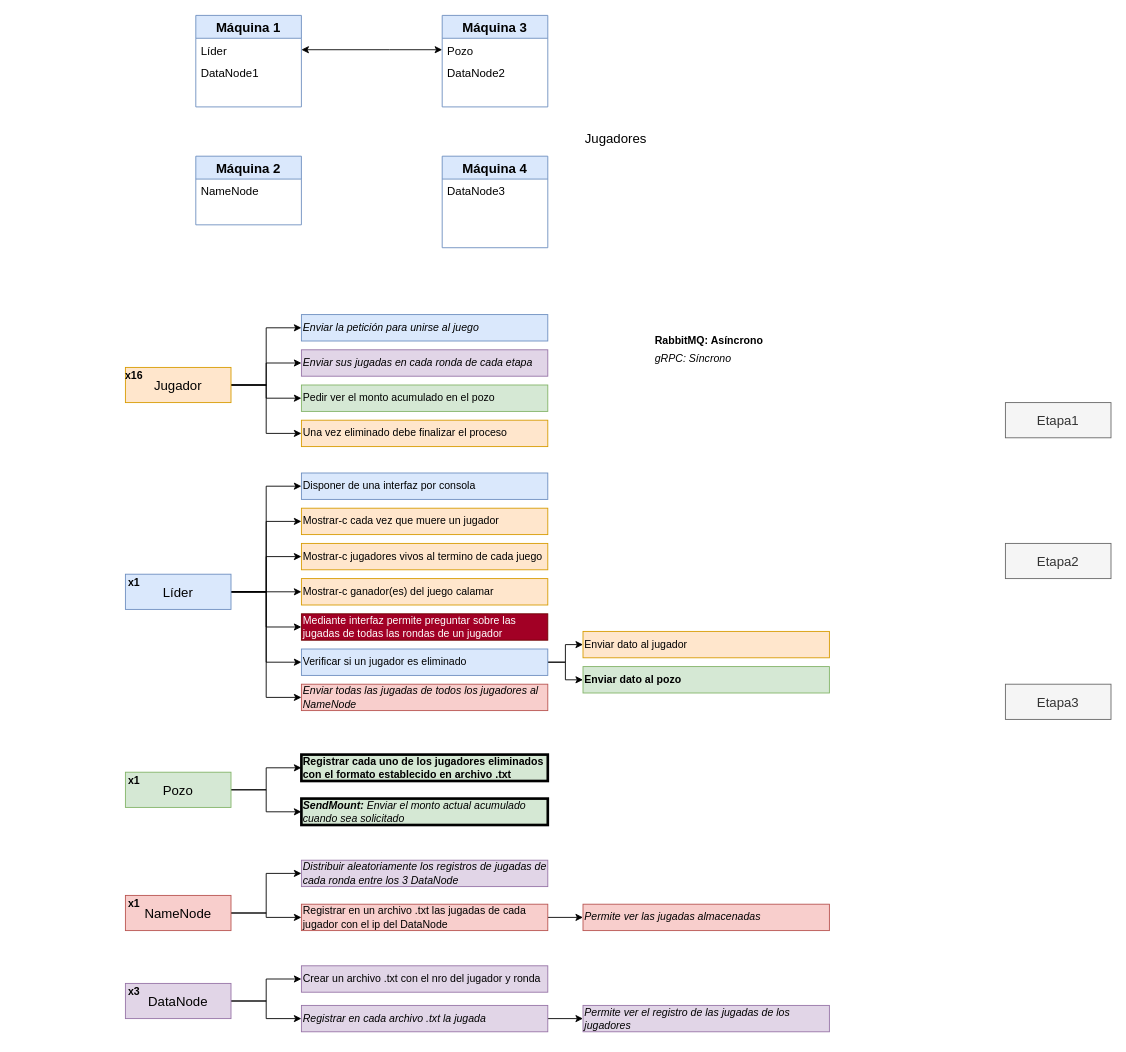
The draw.io diagram Tarea2.drawio in srlaggy/Lab2-Grupo42-INF343, before the edit. Source tidied: cells renumbered, new cells numbered last; positions are measured from the earlier drawing's top-left corner, leaving out a move shared by most shapes. Both pictures are drawn from the tidied source at 88%, with x=0, y=0 at pixel (125, 15).
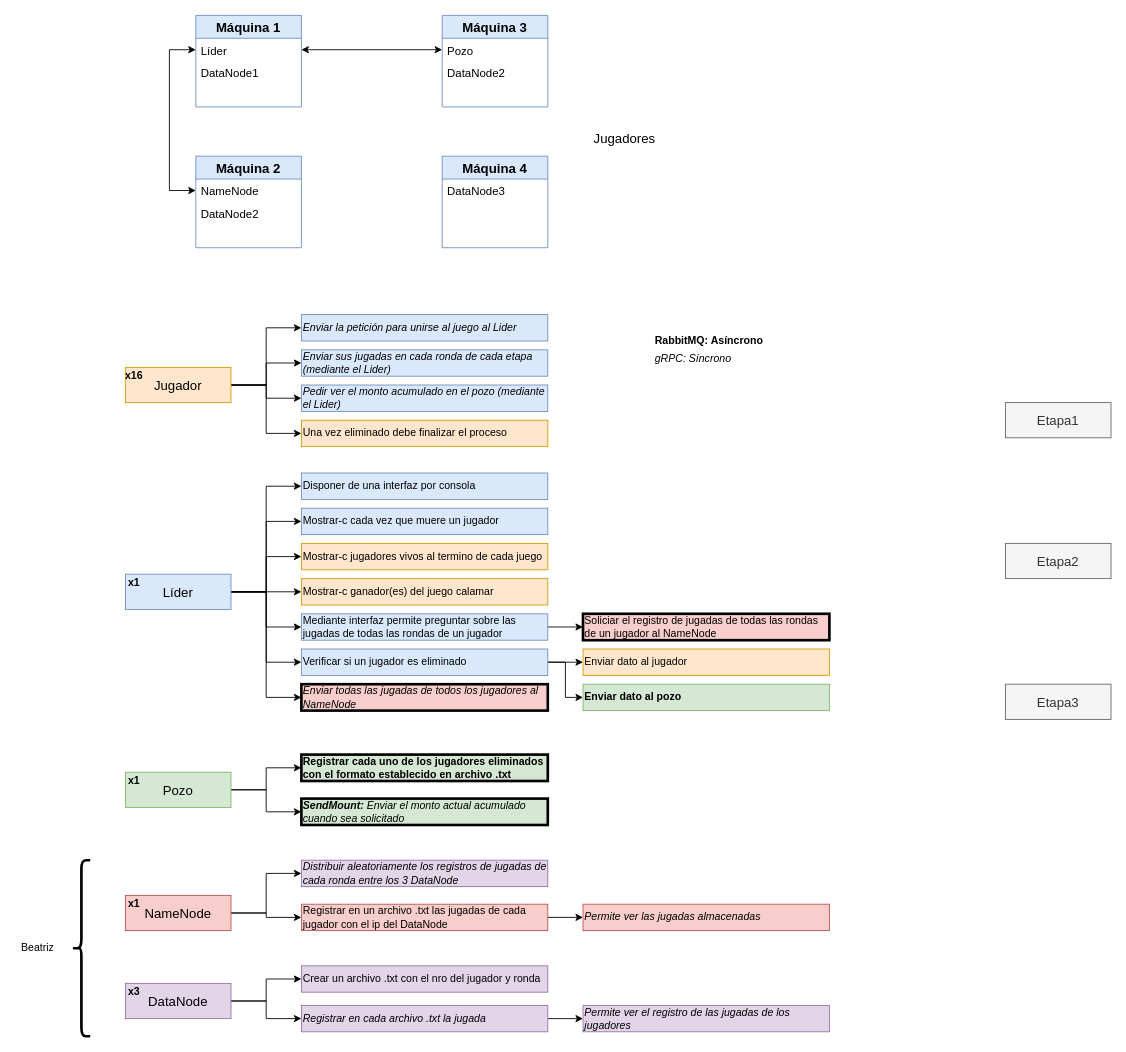
The same diagram, later.

Commit message (it also covers changes not shown here):
funcion: playerRecordNL (devolver registro de jugadas de un jugador)

The change refers to these unchanged cells:
```xml
<mxCell id="65" value="NameNode" style="text;strokeColor=none;fillColor=none;align=left;verticalAlign=top;spacingLeft=4;spacingRight=4;overflow=hidden;points=[[0,0.5],[1,0.5]];portConstraint=eastwest;fontSize=13;" parent="64" vertex="1">
  <mxGeometry y="26" width="120" height="26" as="geometry" />
</mxCell>
<mxCell id="68" value="Líder" style="text;strokeColor=none;fillColor=none;align=left;verticalAlign=top;spacingLeft=4;spacingRight=4;overflow=hidden;points=[[0,0.5],[1,0.5]];portConstraint=eastwest;fontSize=13;" parent="67" vertex="1">
  <mxGeometry y="26" width="120" height="26" as="geometry" />
</mxCell>
```

Diff of the diagram source:
```diff
@@
     <mxCell id="2" value="Jugadores" style="text;html=1;strokeColor=none;fillColor=none;align=center;verticalAlign=middle;whiteSpace=wrap;rounded=0;fontSize=15;" parent="1" vertex="1">
-      <mxGeometry x="520" y="130" width="75" height="20" as="geometry" />
+      <mxGeometry x="530" y="130" width="75" height="20" as="geometry" />
     </mxCell>
@@
-    <mxCell id="25" value="Enviar la petición para unirse al juego" style="rounded=0;whiteSpace=wrap;html=1;fontSize=12;align=left;fillColor=#dae8fc;strokeColor=#6c8ebf;fontStyle=2;" parent="1" vertex="1">
+    <mxCell id="25" value="Enviar la petición para unirse al juego al Lider" style="rounded=0;whiteSpace=wrap;html=1;fontSize=12;align=left;fillColor=#dae8fc;strokeColor=#6c8ebf;fontStyle=2;" parent="1" vertex="1">
       <mxGeometry x="200" y="340" width="280" height="30" as="geometry" />
     </mxCell>
@@
-    <mxCell id="31" value="Enviar sus jugadas en cada ronda de cada etapa" style="rounded=0;whiteSpace=wrap;html=1;fontSize=12;align=left;fillColor=#e1d5e7;strokeColor=#9673a6;fontStyle=2;" parent="1" vertex="1">
+    <mxCell id="31" value="Enviar sus jugadas en cada ronda de cada etapa (mediante el Lider)" style="rounded=0;whiteSpace=wrap;html=1;fontSize=12;align=left;fillColor=#dae8fc;strokeColor=#6c8ebf;fontStyle=2;" parent="1" vertex="1">
       <mxGeometry x="200" y="380" width="280" height="30" as="geometry" />
     </mxCell>
@@
-    <mxCell id="33" value="Pedir ver el monto acumulado en el pozo" style="rounded=0;whiteSpace=wrap;html=1;fontSize=12;align=left;fillColor=#d5e8d4;strokeColor=#82b366;" parent="1" vertex="1">
+    <mxCell id="33" value="Pedir ver el monto acumulado en el pozo (mediante el Lider)" style="rounded=0;whiteSpace=wrap;html=1;fontSize=12;align=left;fillColor=#dae8fc;strokeColor=#6c8ebf;fontStyle=2;" parent="1" vertex="1">
       <mxGeometry x="200" y="420" width="280" height="30" as="geometry" />
     </mxCell>
@@
-    <mxCell id="35" value="Mostrar-c cada vez que muere un jugador" style="rounded=0;whiteSpace=wrap;html=1;fontSize=12;align=left;fillColor=#ffe6cc;strokeColor=#d79b00;" parent="1" vertex="1">
+    <mxCell id="35" value="Mostrar-c cada vez que muere un jugador" style="rounded=0;whiteSpace=wrap;html=1;fontSize=12;align=left;fillColor=#dae8fc;strokeColor=#6c8ebf;" parent="1" vertex="1">
       <mxGeometry x="200" y="560" width="280" height="30" as="geometry" />
     </mxCell>
@@
+    <mxCell id="76" style="edgeStyle=orthogonalEdgeStyle;rounded=0;jettySize=auto;html=1;exitX=1;exitY=0.5;exitDx=0;exitDy=0;entryX=0;entryY=0.5;entryDx=0;entryDy=0;startArrow=none;startFill=0;" parent="1" edge="1" source="38" target="81">
+      <mxGeometry relative="1" as="geometry" />
+    </mxCell>
-    <mxCell id="38" value="Mediante interfaz permite preguntar sobre las jugadas de todas las rondas de un jugador" style="rounded=0;whiteSpace=wrap;html=1;fontSize=12;align=left;fillColor=#a20025;strokeColor=#6F0000;fontColor=#ffffff;" parent="1" vertex="1">
+    <mxCell id="38" value="Mediante interfaz permite preguntar sobre las jugadas de todas las rondas de un jugador" style="rounded=0;whiteSpace=wrap;html=1;fontSize=12;align=left;fillColor=#dae8fc;strokeColor=#6c8ebf;" parent="1" vertex="1">
       <mxGeometry x="200" y="680" width="280" height="30" as="geometry" />
     </mxCell>
@@
     <mxCell id="42" value="Enviar dato al jugador" style="rounded=0;whiteSpace=wrap;html=1;fontSize=12;align=left;fillColor=#ffe6cc;strokeColor=#d79b00;" parent="1" vertex="1">
-      <mxGeometry x="520" y="700" width="280" height="30" as="geometry" />
+      <mxGeometry x="520" y="720" width="280" height="30" as="geometry" />
     </mxCell>
     <mxCell id="43" value="Enviar dato al pozo" style="rounded=0;whiteSpace=wrap;html=1;fontSize=12;align=left;fillColor=#d5e8d4;strokeColor=#82b366;fontStyle=1;" parent="1" vertex="1">
-      <mxGeometry x="520" y="740" width="280" height="30" as="geometry" />
+      <mxGeometry x="520" y="760" width="280" height="30" as="geometry" />
     </mxCell>
-    <mxCell id="44" value="Enviar todas las jugadas de todos los jugadores al NameNode" style="rounded=0;whiteSpace=wrap;html=1;fontSize=12;align=left;fillColor=#f8cecc;strokeColor=#b85450;fontStyle=2;" parent="1" vertex="1">
+    <mxCell id="44" value="Enviar todas las jugadas de todos los jugadores al NameNode" style="rounded=0;whiteSpace=wrap;html=1;fontSize=12;align=left;fillColor=#f8cecc;strokeColor=default;fontStyle=2;strokeWidth=3;" parent="1" vertex="1">
       <mxGeometry x="200" y="760" width="280" height="30" as="geometry" />
     </mxCell>
@@
+    <mxCell id="77" style="edgeStyle=orthogonalEdgeStyle;rounded=0;jettySize=auto;html=1;exitX=0;exitY=0.5;exitDx=0;exitDy=0;entryX=0;entryY=0.5;entryDx=0;entryDy=0;startArrow=classic;startFill=1;" parent="1" edge="1" source="65" target="68">
+      <mxGeometry relative="1" as="geometry">
+        <Array as="points">
+          <mxPoint x="50" y="199" />
+          <mxPoint x="50" y="39" />
+        </Array>
+      </mxGeometry>
+    </mxCell>
     <mxCell id="64" value="Máquina 2" style="swimlane;fontStyle=1;horizontal=1;startSize=26;fillColor=#dae8fc;strokeColor=#6c8ebf;fontSize=15;" parent="1" vertex="1">
-      <mxGeometry x="80" y="160" width="120" height="78" as="geometry" />
+      <mxGeometry x="80" y="160" width="120" height="104" as="geometry" />
     </mxCell>
@@
+    <mxCell id="78" value="DataNode2" style="text;strokeColor=none;fillColor=none;align=left;verticalAlign=top;spacingLeft=4;spacingRight=4;overflow=hidden;fontSize=13;" parent="64" vertex="1">
+      <mxGeometry y="52" width="120" height="26" as="geometry" />
+    </mxCell>
     <mxCell id="66" value=" " style="text;strokeColor=none;fillColor=none;align=left;verticalAlign=top;spacingLeft=4;spacingRight=4;overflow=hidden;" parent="64" vertex="1">
-      <mxGeometry y="52" width="120" height="26" as="geometry" />
+      <mxGeometry y="78" width="120" height="26" as="geometry" />
     </mxCell>
@@
+    <mxCell id="79" value="Beatriz" style="text;html=1;align=center;verticalAlign=middle;strokeColor=none;fillColor=none;" parent="1" vertex="1">
+      <mxGeometry x="-125" y="1050" width="50" height="20" as="geometry" />
+    </mxCell>
+    <mxCell id="80" style="shape=curlyBracket;whiteSpace=wrap;html=1;rounded=1;strokeColor=default;strokeWidth=3;" parent="1" vertex="1">
+      <mxGeometry x="-60" y="960" width="20" height="200" as="geometry" />
+    </mxCell>
+    <mxCell id="81" value="Soliciar el registro de jugadas de todas las rondas de un jugador al NameNode" style="rounded=0;whiteSpace=wrap;html=1;fontSize=12;align=left;fillColor=#f8cecc;strokeColor=default;strokeWidth=3;" parent="1" vertex="1">
+      <mxGeometry x="520" y="680" width="280" height="30" as="geometry" />
+    </mxCell>
```
